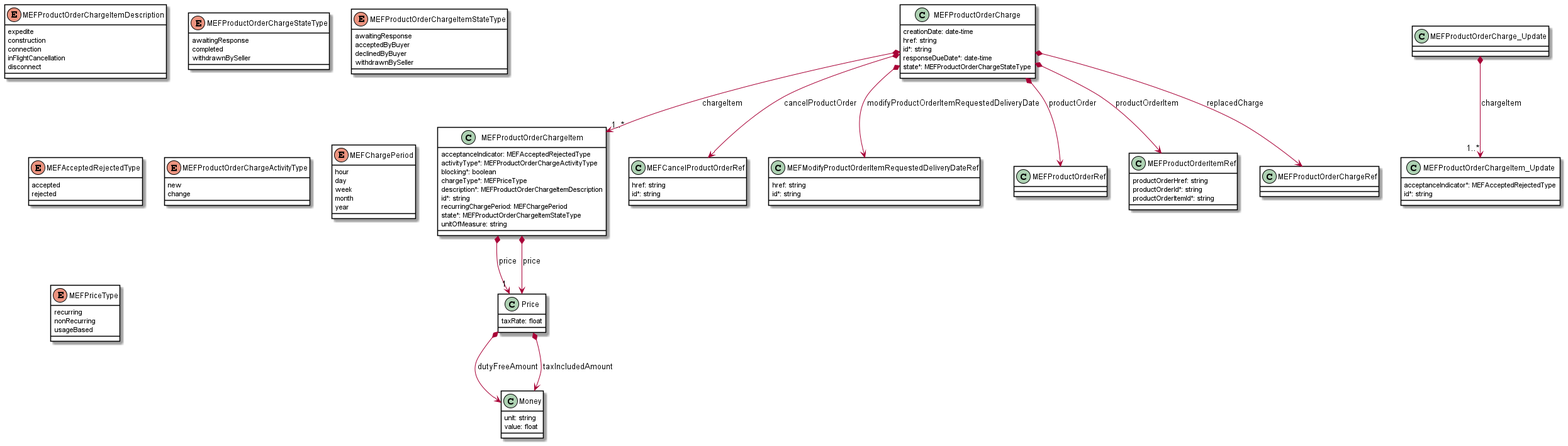
Before: documentation/productApi/order/media/useCase11ChargeModel.png, a diagram exported from PlantUML (MEF-GIT/MEF-LSO-Sonata-SDK). The source it was exported from:
```plantuml
@startuml
skinparam {
    ClassBackgroundColor White
    ClassBorderColor Black
}

class MEFProductOrderChargeItem {

    acceptanceIndicator: MEFAcceptedRejectedType
    activityType*: MEFProductOrderChargeActivityType
    blocking*: boolean
    chargeType*: MEFPriceType
    description*: MEFProductOrderChargeItemDescription
    id*: string
    recurringChargePeriod: MEFChargePeriod
    state*: MEFProductOrderChargeItemStateType
    unitOfMeasure: string
}

MEFProductOrderChargeItem *-->"1" Price : price

enum MEFProductOrderChargeItemDescription {

  expedite
  construction
  connection
  inFlightCancellation
  disconnect
}

enum MEFProductOrderChargeStateType {

    awaitingResponse
    completed
    withdrawnBySeller
}


enum MEFProductOrderChargeItemStateType {

    awaitingResponse
    acceptedByBuyer
    declinedByBuyer
    withdrawnBySeller
}

enum MEFAcceptedRejectedType {

    accepted
    rejected
}


class MEFCancelProductOrderRef {

    href: string
    id*: string
}



class MEFProductOrderCharge {

    creationDate: date-time
    href: string
    id*: string
    responseDueDate*: date-time
    state*: MEFProductOrderChargeStateType
}

MEFProductOrderCharge *--> MEFCancelProductOrderRef : cancelProductOrder
MEFProductOrderCharge *-->"1..*" MEFProductOrderChargeItem : chargeItem
MEFProductOrderCharge *--> MEFModifyProductOrderItemRequestedDeliveryDateRef : modifyProductOrderItemRequestedDeliveryDate
MEFProductOrderCharge *--> MEFProductOrderRef : productOrder
MEFProductOrderCharge *--> MEFProductOrderItemRef : productOrderItem
MEFProductOrderCharge *--> MEFProductOrderChargeRef : replacedCharge


enum MEFProductOrderChargeActivityType {

    new
    change
}

MEFProductOrderChargeItem *--> Price : price


class MEFProductOrderChargeItem_Update {

    acceptanceIndicator*: MEFAcceptedRejectedType
    id*: string
}



class MEFProductOrderCharge_Update {

}

MEFProductOrderCharge_Update *-->"1..*" MEFProductOrderChargeItem_Update : chargeItem



class MEFProductOrderItemRef {

    productOrderHref: string
    productOrderId*: string
    productOrderItemId*: string
}


enum MEFChargePeriod {

    hour
    day
    week
    month
    year
}

enum MEFPriceType {

    recurring
    nonRecurring
    usageBased
}


class MEFModifyProductOrderItemRequestedDeliveryDateRef {

    href: string
    id*: string
}


class Price {

    taxRate: float
}

Price *--> Money : dutyFreeAmount
Price *--> Money : taxIncludedAmount


class Money {

    unit: string
    value: float
}



@enduml
```
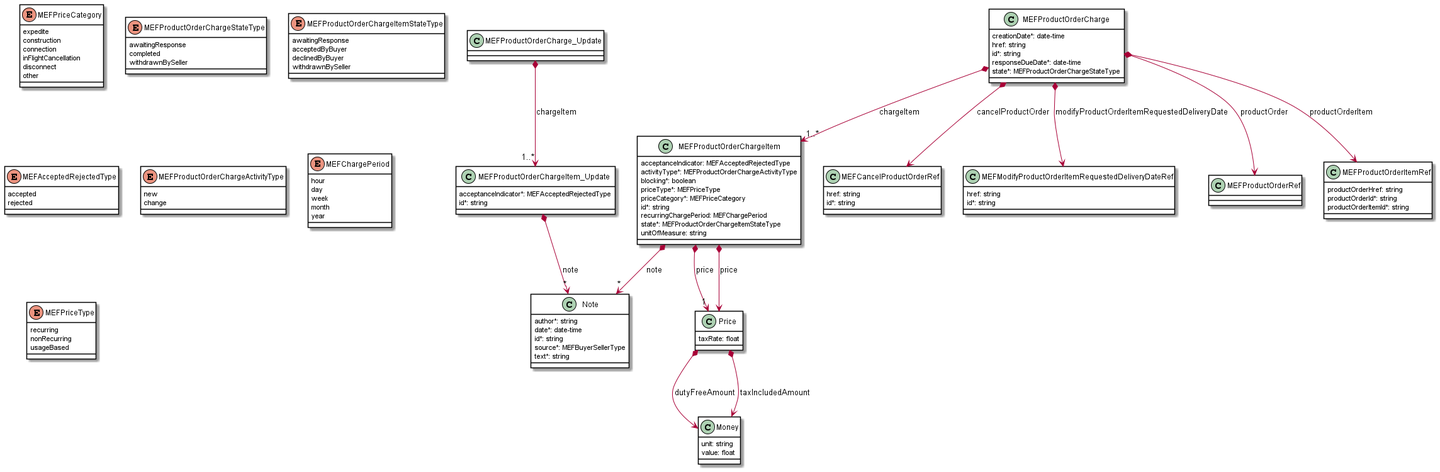
After the commit.

What changed in the source:
```diff
@@ -9,8 +9,8 @@
     acceptanceIndicator: MEFAcceptedRejectedType
     activityType*: MEFProductOrderChargeActivityType
     blocking*: boolean
-    chargeType*: MEFPriceType
-    description*: MEFProductOrderChargeItemDescription
+    priceType*: MEFPriceType
+    priceCategory*: MEFPriceCategory
     id*: string
     recurringChargePeriod: MEFChargePeriod
     state*: MEFProductOrderChargeItemStateType
@@ -18,14 +18,16 @@
 }
 
 MEFProductOrderChargeItem *-->"1" Price : price
+MEFProductOrderChargeItem *-->"*" Note : note
 
-enum MEFProductOrderChargeItemDescription {
+enum MEFPriceCategory {
 
   expedite
   construction
   connection
   inFlightCancellation
   disconnect
+  other
 }
 
 enum MEFProductOrderChargeStateType {
@@ -61,7 +63,7 @@
 
 class MEFProductOrderCharge {
 
-    creationDate: date-time
+    creationDate*: date-time
     href: string
     id*: string
     responseDueDate*: date-time
@@ -73,7 +75,6 @@
 MEFProductOrderCharge *--> MEFModifyProductOrderItemRequestedDeliveryDateRef : modifyProductOrderItemRequestedDeliveryDate
 MEFProductOrderCharge *--> MEFProductOrderRef : productOrder
 MEFProductOrderCharge *--> MEFProductOrderItemRef : productOrderItem
-MEFProductOrderCharge *--> MEFProductOrderChargeRef : replacedCharge
 
 
 enum MEFProductOrderChargeActivityType {
@@ -90,7 +91,7 @@
     acceptanceIndicator*: MEFAcceptedRejectedType
     id*: string
 }
-
+MEFProductOrderChargeItem_Update *-->"*" Note : note
 
 
 class MEFProductOrderCharge_Update {
@@ -99,6 +100,14 @@
 
 MEFProductOrderCharge_Update *-->"1..*" MEFProductOrderChargeItem_Update : chargeItem
 
+class Note {
+
+    author*: string
+    date*: date-time
+    id*: string
+    source*: MEFBuyerSellerType
+    text*: string
+}
 
 
 class MEFProductOrderItemRef {
```
